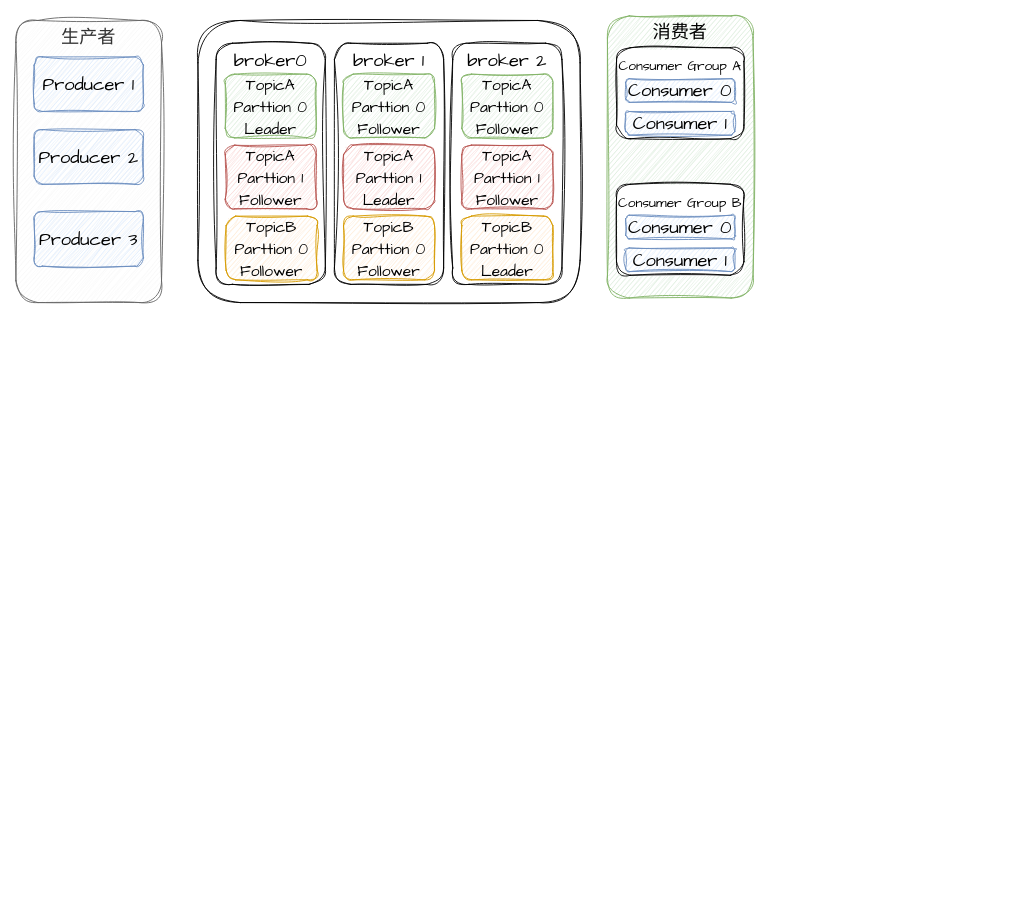
Earlier version of the draw.io diagram Kafka.drawio (codingpaidaxing/draw). Source tidied: cells renumbered, new cells numbered last; positions are measured from the earlier drawing's top-left corner, leaving out a move shared by most shapes. Both pictures are drawn from the tidied source at 91%, with x=0, y=0 at pixel (15, 15).
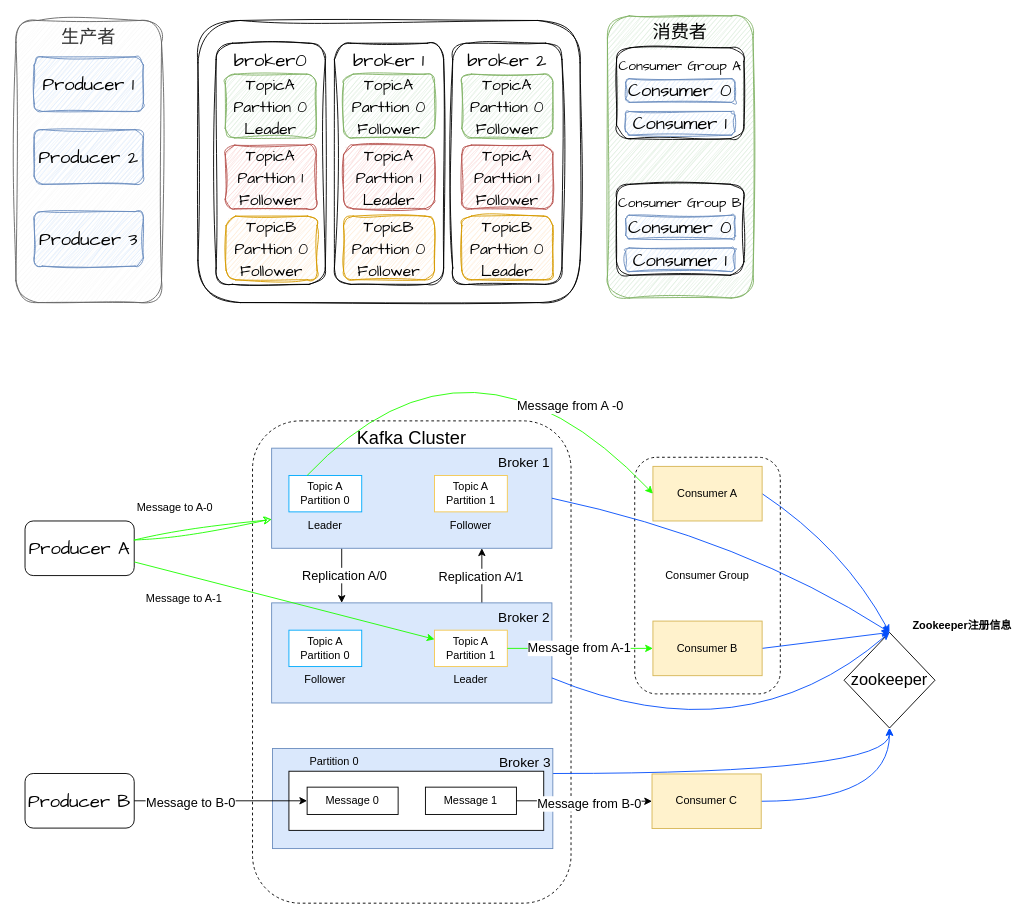
Above is the later version.

Diff of the diagram source:
```diff
@@
+    <mxCell id="26" value="Producer A" style="rounded=1;whiteSpace=wrap;html=1;hachureGap=4;fontFamily=Architects Daughter;fontSize=20;" parent="1" vertex="1">
+      <mxGeometry x="10" y="555" width="120" height="60" as="geometry" />
+    </mxCell>
+    <mxCell id="27" value="Producer B" style="rounded=1;whiteSpace=wrap;html=1;hachureGap=4;fontFamily=Architects Daughter;fontSize=20;" parent="1" vertex="1">
+      <mxGeometry x="10" y="832.5" width="120" height="60" as="geometry" />
+    </mxCell>
+    <mxCell id="28" value="&lt;font face=&quot;Helvetica&quot;&gt;Kafka Cluster&lt;/font&gt;" style="whiteSpace=wrap;html=1;fontSize=20;fontFamily=Architects Daughter;rounded=1;hachureGap=4;verticalAlign=top;align=center;dashed=1;" parent="1" vertex="1">
+      <mxGeometry x="260" y="445" width="350" height="530" as="geometry" />
+    </mxCell>
+    <mxCell id="29" style="edgeStyle=orthogonalEdgeStyle;rounded=0;jettySize=auto;html=1;exitX=0.25;exitY=1;exitDx=0;exitDy=0;entryX=0.25;entryY=0;entryDx=0;entryDy=0;" parent="1" edge="1" source="31" target="39">
+      <mxGeometry relative="1" as="geometry" />
+    </mxCell>
+    <mxCell id="30" value="&lt;font style=&quot;font-size: 14px;&quot;&gt;Replication A/0&lt;/font&gt;" style="edgeLabel;html=1;align=center;verticalAlign=middle;" parent="29" vertex="1">
+      <mxGeometry x="-0.03" y="2" relative="1" as="geometry" />
+    </mxCell>
+    <mxCell id="31" value="&lt;div style=&quot;&quot;&gt;&lt;span style=&quot;background-color: initial;&quot;&gt;&lt;font style=&quot;font-size: 15px;&quot;&gt;Broker 1&lt;/font&gt;&lt;/span&gt;&lt;/div&gt;" style="rounded=0;whiteSpace=wrap;html=1;align=right;verticalAlign=top;fillColor=#dae8fc;strokeColor=#6c8ebf;" parent="1" vertex="1">
+      <mxGeometry x="281" y="475" width="308" height="110" as="geometry" />
+    </mxCell>
+    <mxCell id="32" value="Topic A&lt;br&gt;Partition 0" style="rounded=0;whiteSpace=wrap;html=1;strokeColor=#00AAFC;" parent="1" vertex="1">
+      <mxGeometry x="300" y="505" width="80" height="40" as="geometry" />
+    </mxCell>
+    <mxCell id="33" value="Topic A&lt;br&gt;Partition 1" style="rounded=0;whiteSpace=wrap;html=1;strokeColor=#f5c951;" parent="1" vertex="1">
+      <mxGeometry x="460" y="505" width="80" height="40" as="geometry" />
+    </mxCell>
+    <mxCell id="34" value="Leader" style="text;html=1;strokeColor=none;fillColor=none;align=center;verticalAlign=middle;whiteSpace=wrap;rounded=0;" parent="1" vertex="1">
+      <mxGeometry x="310" y="545" width="60" height="30" as="geometry" />
+    </mxCell>
+    <mxCell id="35" value="Follower" style="text;html=1;strokeColor=none;fillColor=none;align=center;verticalAlign=middle;whiteSpace=wrap;rounded=0;" parent="1" vertex="1">
+      <mxGeometry x="470" y="545" width="60" height="30" as="geometry" />
+    </mxCell>
+    <mxCell id="36" style="rounded=0;sketch=1;hachureGap=4;jiggle=2;curveFitting=1;jettySize=auto;html=1;fontFamily=Architects Daughter;fontSize=16;strokeColor=#1eff00;" parent="1" edge="1" source="26" target="31">
+      <mxGeometry relative="1" as="geometry" />
+    </mxCell>
+    <mxCell id="37" style="edgeStyle=orthogonalEdgeStyle;rounded=0;jettySize=auto;html=1;exitX=0.75;exitY=0;exitDx=0;exitDy=0;entryX=0.75;entryY=1;entryDx=0;entryDy=0;" parent="1" edge="1" source="39" target="31">
+      <mxGeometry relative="1" as="geometry" />
+    </mxCell>
+    <mxCell id="38" value="&lt;font style=&quot;font-size: 14px;&quot;&gt;Replication A/1&lt;/font&gt;" style="edgeLabel;html=1;align=center;verticalAlign=middle;" parent="37" vertex="1">
+      <mxGeometry y="2" relative="1" as="geometry" />
+    </mxCell>
+    <mxCell id="39" value="&lt;div style=&quot;&quot;&gt;&lt;span style=&quot;background-color: initial;&quot;&gt;&lt;font style=&quot;font-size: 15px;&quot;&gt;Broker 2&lt;/font&gt;&lt;/span&gt;&lt;/div&gt;" style="rounded=0;whiteSpace=wrap;html=1;align=right;verticalAlign=top;fillColor=#dae8fc;strokeColor=#6c8ebf;" parent="1" vertex="1">
+      <mxGeometry x="281" y="645" width="308" height="110" as="geometry" />
+    </mxCell>
+    <mxCell id="40" value="Topic A&lt;br&gt;Partition 0" style="rounded=0;whiteSpace=wrap;html=1;strokeColor=#00AAFC;" parent="1" vertex="1">
+      <mxGeometry x="300" y="675" width="80" height="40" as="geometry" />
+    </mxCell>
+    <mxCell id="41" value="Topic A&lt;br&gt;Partition 1" style="rounded=0;whiteSpace=wrap;html=1;strokeColor=#f5c951;" parent="1" vertex="1">
+      <mxGeometry x="460" y="675" width="80" height="40" as="geometry" />
+    </mxCell>
+    <mxCell id="42" value="Follower" style="text;html=1;strokeColor=none;fillColor=none;align=center;verticalAlign=middle;whiteSpace=wrap;rounded=0;" parent="1" vertex="1">
+      <mxGeometry x="310" y="715" width="60" height="30" as="geometry" />
+    </mxCell>
+    <mxCell id="43" value="Leader" style="text;html=1;strokeColor=none;fillColor=none;align=center;verticalAlign=middle;whiteSpace=wrap;rounded=0;" parent="1" vertex="1">
+      <mxGeometry x="470" y="715" width="60" height="30" as="geometry" />
+    </mxCell>
+    <mxCell id="44" style="edgeStyle=orthogonalEdgeStyle;rounded=0;jettySize=auto;html=1;exitX=1;exitY=0.25;exitDx=0;exitDy=0;entryX=0.5;entryY=1;entryDx=0;entryDy=0;curved=1;strokeColor=#044efb;" parent="1" edge="1" source="45" target="68">
+      <mxGeometry relative="1" as="geometry" />
+    </mxCell>
+    <mxCell id="45" value="&lt;div style=&quot;&quot;&gt;&lt;span style=&quot;background-color: initial;&quot;&gt;&lt;font style=&quot;font-size: 15px;&quot;&gt;Broker 3&lt;/font&gt;&lt;/span&gt;&lt;/div&gt;" style="rounded=0;whiteSpace=wrap;html=1;align=right;verticalAlign=top;fillColor=#dae8fc;strokeColor=#6c8ebf;" parent="1" vertex="1">
+      <mxGeometry x="282" y="805" width="308" height="110" as="geometry" />
+    </mxCell>
+    <mxCell id="46" style="rounded=0;whiteSpace=wrap;html=1;" parent="1" vertex="1">
+      <mxGeometry x="300" y="830" width="280" height="65" as="geometry" />
+    </mxCell>
+    <mxCell id="47" value="Message 0" style="rounded=0;whiteSpace=wrap;html=1;" parent="1" vertex="1">
+      <mxGeometry x="320" y="847.5" width="100" height="30" as="geometry" />
+    </mxCell>
+    <mxCell id="48" value="Message 1" style="rounded=0;whiteSpace=wrap;html=1;" parent="1" vertex="1">
+      <mxGeometry x="450" y="847.5" width="100" height="30" as="geometry" />
+    </mxCell>
+    <mxCell id="49" value="Partition 0" style="text;html=1;strokeColor=none;fillColor=none;align=center;verticalAlign=middle;whiteSpace=wrap;rounded=0;" parent="1" vertex="1">
+      <mxGeometry x="320" y="805" width="60" height="30" as="geometry" />
+    </mxCell>
+    <mxCell id="50" style="rounded=0;jettySize=auto;html=1;exitX=1;exitY=0.75;exitDx=0;exitDy=0;entryX=0;entryY=0.25;entryDx=0;entryDy=0;strokeColor=#1eff00;" parent="1" edge="1" source="26" target="41">
+      <mxGeometry relative="1" as="geometry" />
+    </mxCell>
+    <mxCell id="51" value="Message to A-0" style="text;html=1;strokeColor=none;fillColor=none;align=center;verticalAlign=middle;whiteSpace=wrap;rounded=0;" parent="1" vertex="1">
+      <mxGeometry x="130" y="525" width="90" height="30" as="geometry" />
+    </mxCell>
+    <mxCell id="52" value="Message to A-1" style="text;html=1;strokeColor=none;fillColor=none;align=center;verticalAlign=middle;whiteSpace=wrap;rounded=0;" parent="1" vertex="1">
+      <mxGeometry x="140" y="625" width="90" height="30" as="geometry" />
+    </mxCell>
+    <mxCell id="53" value="Consumer Group" style="rounded=1;whiteSpace=wrap;html=1;dashed=1;" parent="1" vertex="1">
+      <mxGeometry x="680" y="485" width="160" height="260" as="geometry" />
+    </mxCell>
+    <mxCell id="54" style="rounded=0;jettySize=auto;html=1;exitX=1;exitY=0.5;exitDx=0;exitDy=0;entryX=0.5;entryY=0;entryDx=0;entryDy=0;curved=1;strokeColor=#044efb;" parent="1" edge="1" source="55" target="68">
+      <mxGeometry relative="1" as="geometry">
+        <Array as="points">
+          <mxPoint x="910" y="585" />
+        </Array>
+      </mxGeometry>
+    </mxCell>
+    <mxCell id="55" value="Consumer A" style="rounded=0;whiteSpace=wrap;html=1;fillColor=#fff2cc;strokeColor=#d6b656;" parent="1" vertex="1">
+      <mxGeometry x="700" y="495" width="120" height="60" as="geometry" />
+    </mxCell>
+    <mxCell id="56" style="rounded=0;jettySize=auto;html=1;exitX=1;exitY=0.5;exitDx=0;exitDy=0;entryX=0.5;entryY=0;entryDx=0;entryDy=0;strokeColor=#044efb;" parent="1" edge="1" source="57" target="68">
+      <mxGeometry relative="1" as="geometry" />
+    </mxCell>
+    <mxCell id="57" value="Consumer B" style="rounded=0;whiteSpace=wrap;html=1;fillColor=#fff2cc;strokeColor=#d6b656;" parent="1" vertex="1">
+      <mxGeometry x="700" y="665" width="120" height="60" as="geometry" />
+    </mxCell>
+    <mxCell id="58" style="edgeStyle=orthogonalEdgeStyle;rounded=0;jettySize=auto;html=1;exitX=1;exitY=0.5;exitDx=0;exitDy=0;strokeColor=#23ff00;" parent="1" edge="1" source="41" target="57">
+      <mxGeometry relative="1" as="geometry" />
+    </mxCell>
+    <mxCell id="59" value="&lt;font style=&quot;font-size: 14px;&quot;&gt;Message from A-1&lt;/font&gt;" style="edgeLabel;html=1;align=center;verticalAlign=middle;" parent="58" vertex="1">
+      <mxGeometry x="-0.03" y="1" relative="1" as="geometry" />
+    </mxCell>
+    <mxCell id="60" style="rounded=0;jettySize=auto;html=1;exitX=0.25;exitY=0;exitDx=0;exitDy=0;entryX=0;entryY=0.5;entryDx=0;entryDy=0;strokeColor=#23ff00;curved=1;" parent="1" edge="1" source="32" target="55">
+      <mxGeometry relative="1" as="geometry">
+        <Array as="points">
+          <mxPoint x="500" y="315" />
+        </Array>
+      </mxGeometry>
+    </mxCell>
+    <mxCell id="61" value="&lt;font style=&quot;font-size: 14px;&quot;&gt;Message from A -0&lt;/font&gt;" style="edgeLabel;html=1;align=center;verticalAlign=middle;" parent="60" vertex="1">
+      <mxGeometry x="0.52" relative="1" as="geometry" />
+    </mxCell>
+    <mxCell id="62" style="edgeStyle=orthogonalEdgeStyle;rounded=0;jettySize=auto;html=1;exitX=1;exitY=0.5;exitDx=0;exitDy=0;curved=1;strokeColor=#044efb;" parent="1" edge="1" source="63" target="68">
+      <mxGeometry relative="1" as="geometry" />
+    </mxCell>
+    <mxCell id="63" value="Consumer C" style="rounded=0;whiteSpace=wrap;html=1;fillColor=#fff2cc;strokeColor=#d6b656;" parent="1" vertex="1">
+      <mxGeometry x="699" y="833" width="120" height="60" as="geometry" />
+    </mxCell>
+    <mxCell id="64" style="edgeStyle=orthogonalEdgeStyle;rounded=0;jettySize=auto;html=1;exitX=1;exitY=0.5;exitDx=0;exitDy=0;" parent="1" edge="1" source="48" target="63">
+      <mxGeometry relative="1" as="geometry" />
+    </mxCell>
+    <mxCell id="65" value="&lt;font style=&quot;font-size: 14px;&quot;&gt;Message from B-0&lt;/font&gt;" style="edgeLabel;html=1;align=center;verticalAlign=middle;" parent="64" vertex="1">
+      <mxGeometry x="0.06" y="-2" relative="1" as="geometry">
+        <mxPoint x="1" as="offset" />
+      </mxGeometry>
+    </mxCell>
+    <mxCell id="66" style="edgeStyle=orthogonalEdgeStyle;rounded=0;jettySize=auto;html=1;exitX=1;exitY=0.5;exitDx=0;exitDy=0;" parent="1" edge="1" source="27" target="47">
+      <mxGeometry relative="1" as="geometry" />
+    </mxCell>
+    <mxCell id="67" value="&lt;font style=&quot;font-size: 14px;&quot;&gt;Message to B-0&lt;/font&gt;" style="edgeLabel;html=1;align=center;verticalAlign=middle;" parent="66" vertex="1">
+      <mxGeometry x="-0.36" y="-1" relative="1" as="geometry">
+        <mxPoint y="1" as="offset" />
+      </mxGeometry>
+    </mxCell>
+    <mxCell id="68" value="&lt;font style=&quot;font-size: 18px;&quot;&gt;zookeeper&lt;/font&gt;" style="rhombus;whiteSpace=wrap;html=1;" parent="1" vertex="1">
+      <mxGeometry x="910" y="677.5" width="100" height="105" as="geometry" />
+    </mxCell>
+    <mxCell id="69" style="rounded=0;jettySize=auto;html=1;exitX=1;exitY=0.5;exitDx=0;exitDy=0;entryX=0.5;entryY=0;entryDx=0;entryDy=0;curved=1;strokeColor=#044efb;" parent="1" edge="1" source="31" target="68">
+      <mxGeometry relative="1" as="geometry">
+        <Array as="points">
+          <mxPoint x="800" y="575" />
+        </Array>
+      </mxGeometry>
+    </mxCell>
+    <mxCell id="70" style="rounded=0;jettySize=auto;html=1;exitX=1;exitY=0.75;exitDx=0;exitDy=0;entryX=0.5;entryY=0;entryDx=0;entryDy=0;curved=1;strokeColor=#044efb;" parent="1" edge="1" source="39" target="68">
+      <mxGeometry relative="1" as="geometry">
+        <Array as="points">
+          <mxPoint x="800" y="815" />
+        </Array>
+      </mxGeometry>
+    </mxCell>
+    <mxCell id="71" value="&lt;b&gt;Zookeeper注册信息&lt;/b&gt;" style="text;html=1;strokeColor=none;fillColor=none;align=center;verticalAlign=middle;whiteSpace=wrap;rounded=0;" parent="1" vertex="1">
+      <mxGeometry x="980" y="635" width="120" height="70" as="geometry" />
+    </mxCell>
```
